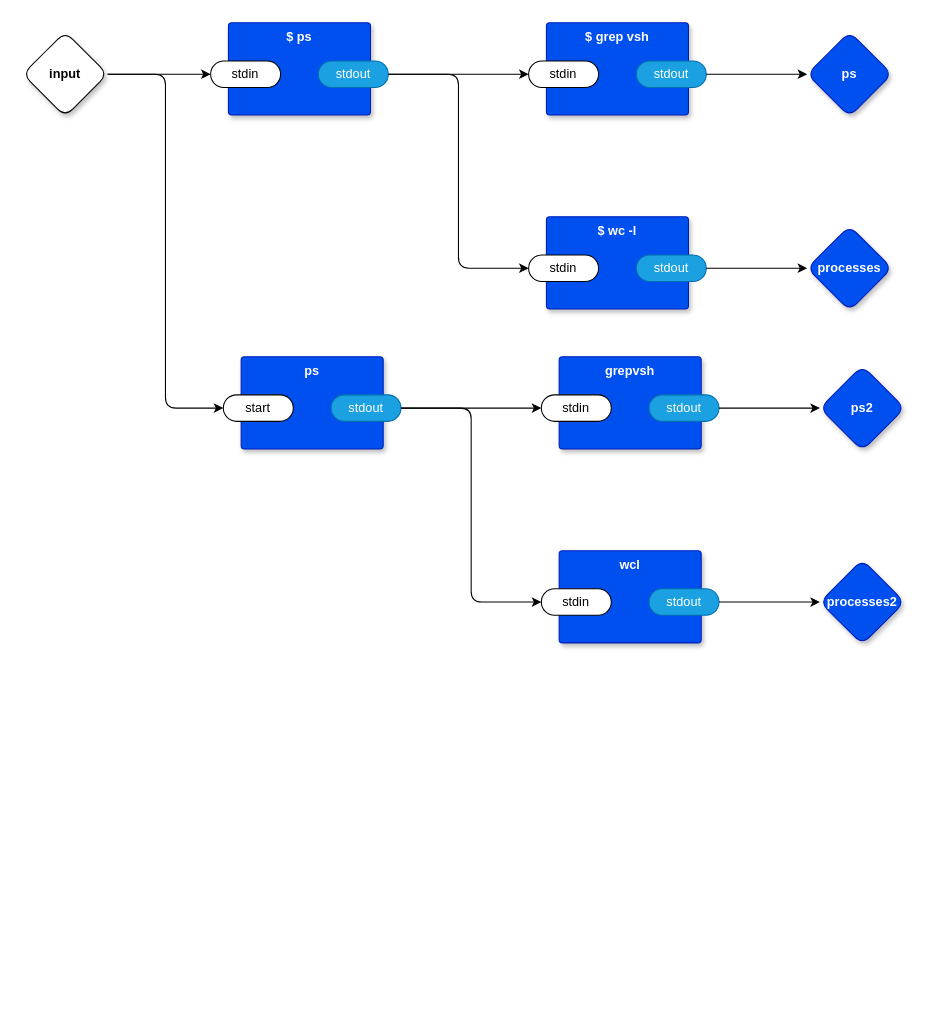
This is page "main" (1 of 5) of vsh.drawio from guitarvydas/odin0d, a draw.io file, before an edit. Source tidied: cells renumbered, new cells numbered last; positions are measured from the earlier drawing's top-left corner, leaving out a move shared by most shapes. Both pictures are drawn from the tidied source at 106%, with x=0, y=0 at pixel (22, 22).
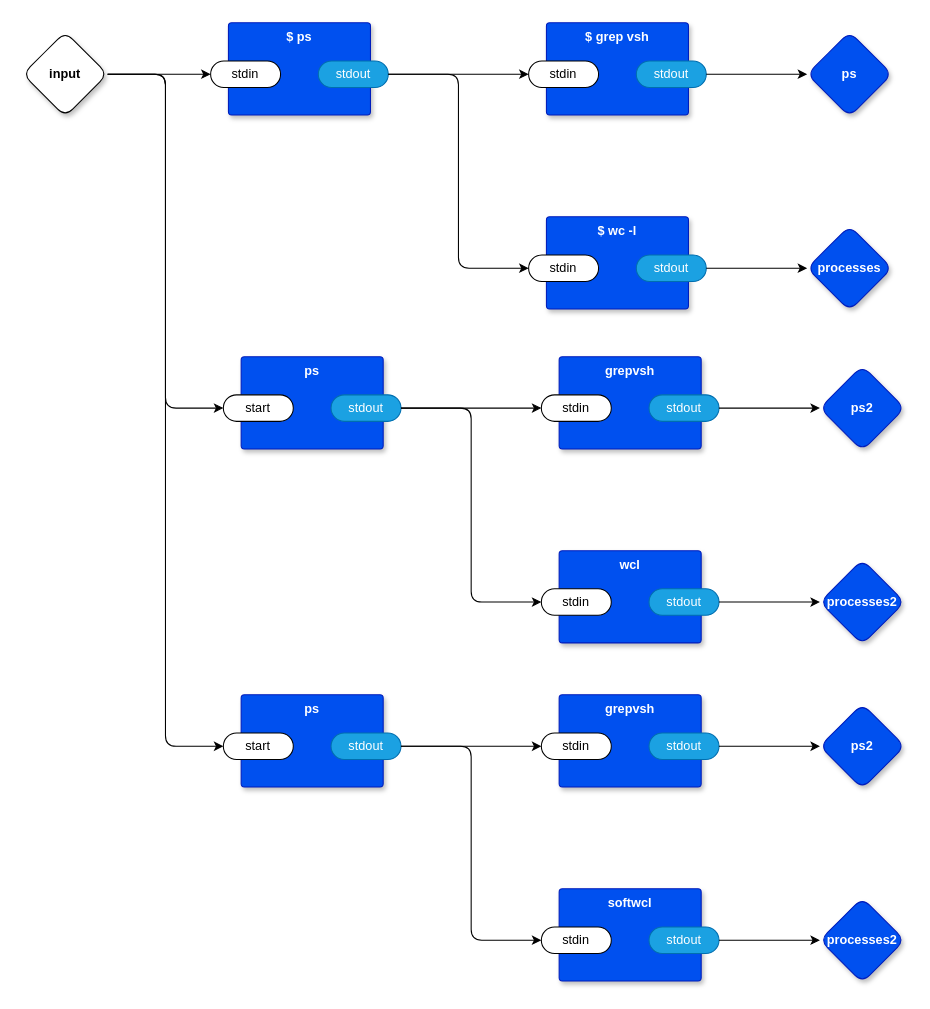
After the change.

Commit message (it also covers changes not shown here):
roughed in softwcl

Unchanged cells that the change refers to:
```xml
<mxCell id="4" value="input" style="rhombus;whiteSpace=wrap;html=1;rounded=1;fontStyle=1;glass=0;sketch=0;fontSize=12;points=[[0,0.5,0,0,0],[0.5,0,0,0,0],[0.5,1,0,0,0],[1,0.5,0,0,0]];shadow=1;" parent="1" vertex="1">
  <mxGeometry y="8.5" width="80" height="80" as="geometry" />
</mxCell>
```

The edit, as a diff of the source:
```diff
@@
+    <mxCell id="35" style="edgeStyle=orthogonalEdgeStyle;rounded=1;jettySize=auto;html=1;entryX=0;entryY=0.5;entryDx=0;entryDy=0;entryPerimeter=0;" parent="1" edge="1" source="4" target="38">
+      <mxGeometry relative="1" as="geometry" />
+    </mxCell>
@@
+    <mxCell id="36" value="ps2" style="rhombus;whiteSpace=wrap;html=1;rounded=1;fillColor=#0050ef;fontColor=#ffffff;strokeColor=#001DBC;fontStyle=1;glass=0;sketch=0;fontSize=12;points=[[0,0.5,0,0,0],[0.5,0,0,0,0],[0.5,1,0,0,0],[1,0.5,0,0,0]];shadow=1;" parent="1" vertex="1">
+      <mxGeometry x="752" y="642.5" width="80" height="80" as="geometry" />
+    </mxCell>
+    <mxCell id="37" value="ps" style="rounded=1;whiteSpace=wrap;html=1;sketch=0;verticalAlign=top;arcSize=6;fontStyle=1;absoluteArcSize=1;shadow=1;strokeColor=#001DBC;fillColor=#0050ef;fontColor=#ffffff;" parent="1" vertex="1">
+      <mxGeometry x="206" y="634" width="134" height="87" as="geometry" />
+    </mxCell>
+    <mxCell id="38" value="start" style="rounded=1;whiteSpace=wrap;html=1;sketch=0;points=[[0,0.5,0,0,0],[1,0.5,0,0,0]];arcSize=50;" parent="37" vertex="1">
+      <mxGeometry x="-16.8" y="36" width="66" height="25" as="geometry" />
+    </mxCell>
+    <mxCell id="39" value="stdout" style="rounded=1;whiteSpace=wrap;html=1;sketch=0;points=[[0,0.5,0,0,0],[1,0.5,0,0,0]];fillColor=#1ba1e2;fontColor=#ffffff;strokeColor=#006EAF;arcSize=50;" parent="37" vertex="1">
+      <mxGeometry x="84.8" y="36" width="66" height="25" as="geometry" />
+    </mxCell>
+    <mxCell id="40" value="grepvsh" style="rounded=1;whiteSpace=wrap;html=1;sketch=0;verticalAlign=top;arcSize=6;fontStyle=1;absoluteArcSize=1;shadow=1;strokeColor=#001DBC;fillColor=#0050ef;fontColor=#ffffff;" parent="1" vertex="1">
+      <mxGeometry x="506" y="634" width="134" height="87" as="geometry" />
+    </mxCell>
+    <mxCell id="41" value="stdin" style="rounded=1;whiteSpace=wrap;html=1;sketch=0;points=[[0,0.5,0,0,0],[1,0.5,0,0,0]];arcSize=50;" parent="40" vertex="1">
+      <mxGeometry x="-16.8" y="36" width="66" height="25" as="geometry" />
+    </mxCell>
+    <mxCell id="42" value="stdout" style="rounded=1;whiteSpace=wrap;html=1;sketch=0;points=[[0,0.5,0,0,0],[1,0.5,0,0,0]];fillColor=#1ba1e2;fontColor=#ffffff;strokeColor=#006EAF;arcSize=50;" parent="40" vertex="1">
+      <mxGeometry x="84.8" y="36" width="66" height="25" as="geometry" />
+    </mxCell>
+    <mxCell id="43" style="edgeStyle=orthogonalEdgeStyle;rounded=1;jettySize=auto;html=1;exitX=1;exitY=0.5;exitDx=0;exitDy=0;exitPerimeter=0;entryX=0;entryY=0.5;entryDx=0;entryDy=0;entryPerimeter=0;" parent="1" edge="1" source="39" target="41">
+      <mxGeometry relative="1" as="geometry" />
+    </mxCell>
+    <mxCell id="44" style="edgeStyle=orthogonalEdgeStyle;rounded=1;jettySize=auto;html=1;exitX=1;exitY=0.5;exitDx=0;exitDy=0;exitPerimeter=0;entryX=0;entryY=0.5;entryDx=0;entryDy=0;entryPerimeter=0;" parent="1" edge="1" source="42" target="36">
+      <mxGeometry relative="1" as="geometry" />
+    </mxCell>
+    <mxCell id="45" value="softwcl" style="rounded=1;whiteSpace=wrap;html=1;sketch=0;verticalAlign=top;arcSize=6;fontStyle=1;absoluteArcSize=1;shadow=1;strokeColor=#001DBC;fillColor=#0050ef;fontColor=#ffffff;" parent="1" vertex="1">
+      <mxGeometry x="506" y="817" width="134" height="87" as="geometry" />
+    </mxCell>
+    <mxCell id="46" value="stdin" style="rounded=1;whiteSpace=wrap;html=1;sketch=0;points=[[0,0.5,0,0,0],[1,0.5,0,0,0]];arcSize=50;" parent="45" vertex="1">
+      <mxGeometry x="-16.8" y="36" width="66" height="25" as="geometry" />
+    </mxCell>
+    <mxCell id="47" value="stdout" style="rounded=1;whiteSpace=wrap;html=1;sketch=0;points=[[0,0.5,0,0,0],[1,0.5,0,0,0]];fillColor=#1ba1e2;fontColor=#ffffff;strokeColor=#006EAF;arcSize=50;" parent="45" vertex="1">
+      <mxGeometry x="84.8" y="36" width="66" height="25" as="geometry" />
+    </mxCell>
+    <mxCell id="48" style="edgeStyle=orthogonalEdgeStyle;rounded=1;jettySize=auto;html=1;exitX=1;exitY=0.5;exitDx=0;exitDy=0;exitPerimeter=0;entryX=0;entryY=0.5;entryDx=0;entryDy=0;entryPerimeter=0;" parent="1" edge="1" source="39" target="46">
+      <mxGeometry relative="1" as="geometry" />
+    </mxCell>
+    <mxCell id="49" value="processes2" style="rhombus;whiteSpace=wrap;html=1;rounded=1;fillColor=#0050ef;fontColor=#ffffff;strokeColor=#001DBC;fontStyle=1;glass=0;sketch=0;fontSize=12;points=[[0,0.5,0,0,0],[0.5,0,0,0,0],[0.5,1,0,0,0],[1,0.5,0,0,0]];shadow=1;" parent="1" vertex="1">
+      <mxGeometry x="752" y="825.5" width="80" height="80" as="geometry" />
+    </mxCell>
+    <mxCell id="50" style="edgeStyle=orthogonalEdgeStyle;rounded=1;jettySize=auto;html=1;exitX=1;exitY=0.5;exitDx=0;exitDy=0;exitPerimeter=0;entryX=0;entryY=0.5;entryDx=0;entryDy=0;entryPerimeter=0;" parent="1" edge="1" source="47" target="49">
+      <mxGeometry relative="1" as="geometry" />
+    </mxCell>
```
